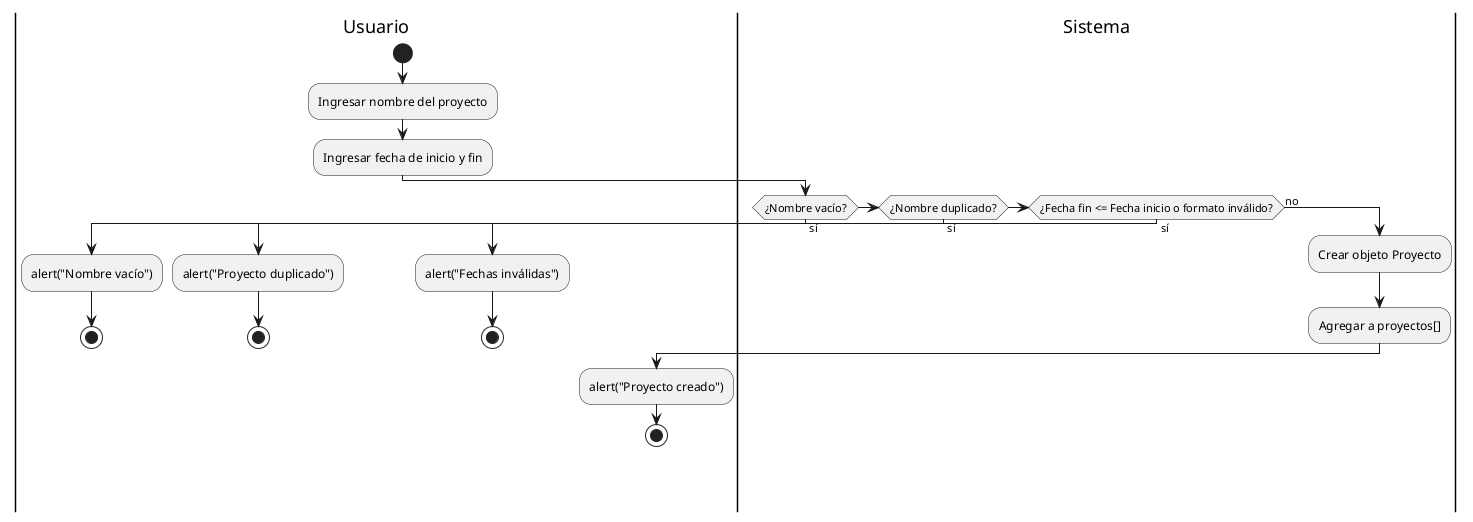
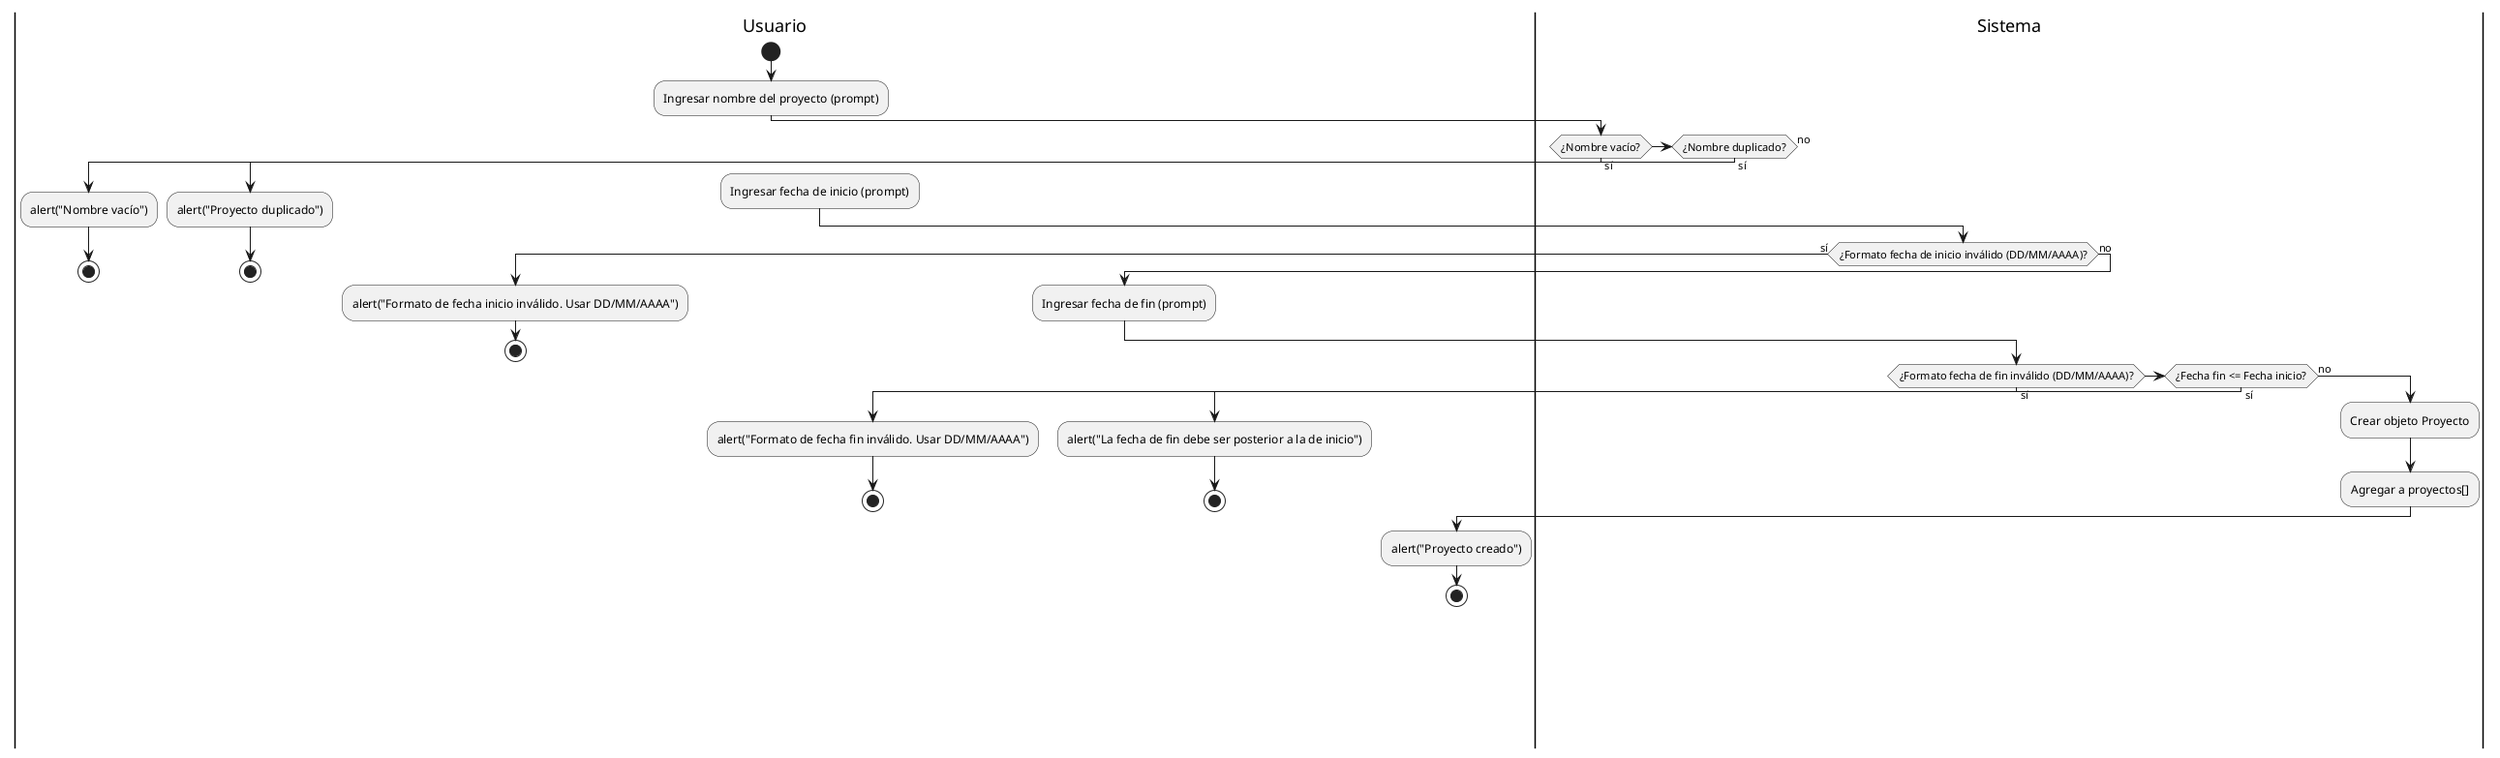
@startuml actividad-flujo-1-crear-proyecto
|Usuario|
start
- :Ingresar nombre del proyecto;
- :Ingresar fecha de inicio y fin;
+ :Ingresar nombre del proyecto (prompt);

|Sistema|
if (¿Nombre vacío?) then (sí)
  |Usuario|
  :alert("Nombre vacío");
  stop
elseif (¿Nombre duplicado?) then (sí)
  |Usuario|
  :alert("Proyecto duplicado");
  stop
- elseif (¿Fecha fin <= Fecha inicio o formato inválido?) then (sí)
+ else (no)
  |Usuario|
-   :alert("Fechas inválidas");
-   stop
- else (no)
+   :Ingresar fecha de inicio (prompt);
  |Sistema|
-   :Crear objeto Proyecto;
-   :Agregar a proyectos[];
-   |Usuario|
-   :alert("Proyecto creado");
-   stop
+   if (¿Formato fecha de inicio inválido (DD/MM/AAAA)?) then (sí)
+     |Usuario|
+     :alert("Formato de fecha inicio inválido. Usar DD/MM/AAAA");
+     stop
+   else (no)
+     |Usuario|
+     :Ingresar fecha de fin (prompt);
+     |Sistema|
+     if (¿Formato fecha de fin inválido (DD/MM/AAAA)?) then (sí)
+       |Usuario|
+       :alert("Formato de fecha fin inválido. Usar DD/MM/AAAA");
+       stop
+     elseif (¿Fecha fin <= Fecha inicio?) then (sí)
+       |Usuario|
+       :alert("La fecha de fin debe ser posterior a la de inicio");
+       stop
+     else (no)
+       |Sistema|
+       :Crear objeto Proyecto;
+       :Agregar a proyectos[];
+       |Usuario|
+       :alert("Proyecto creado");
+       stop
+     endif
+   endif
endif
@enduml